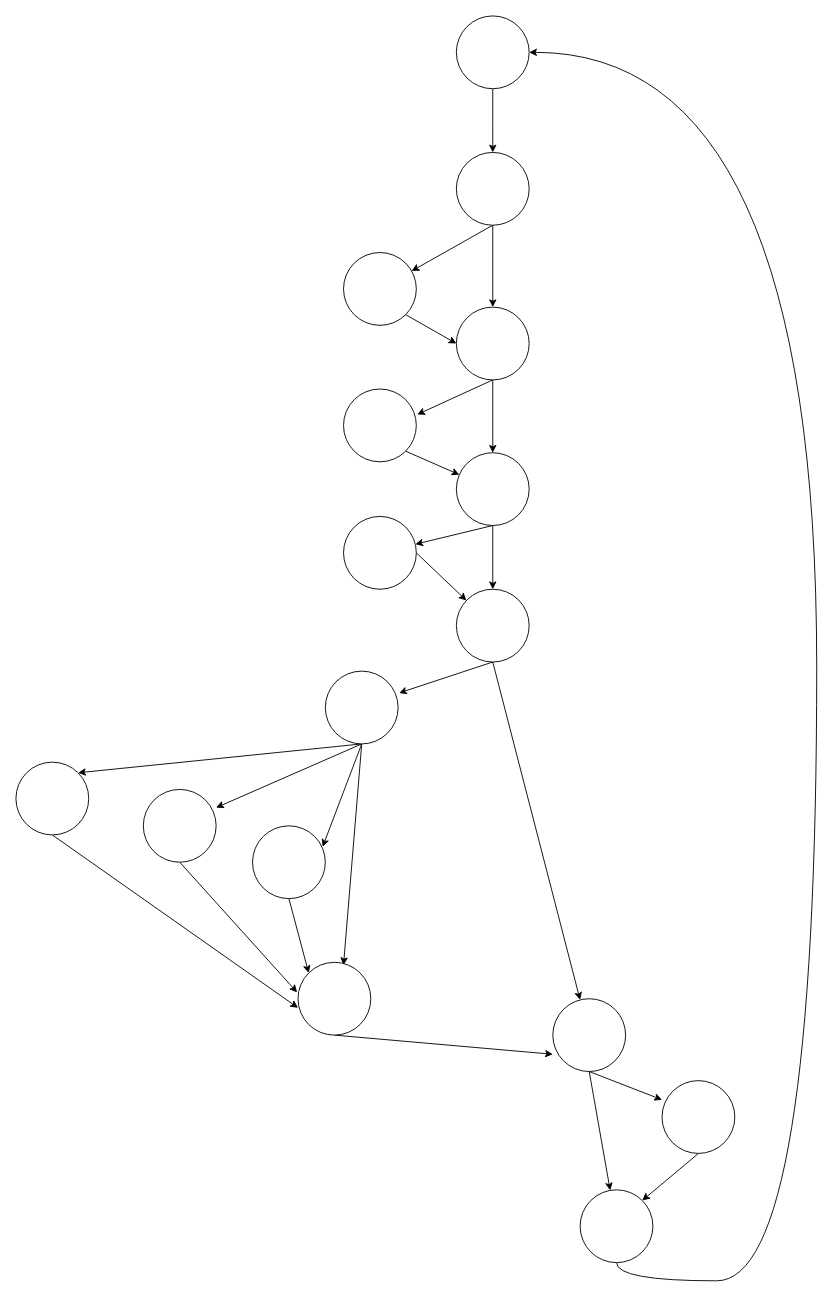
Above: MCC_Initial.drawio in robbiemcgugan-18/Dissertation_Diagrams (draw.io), before the change. Source tidied: cells renumbered, new cells numbered last; positions are measured from the earlier drawing's top-left corner, leaving out a move shared by most shapes. Both pictures are drawn from the tidied source at 91%, with x=0, y=0 at pixel (15, 15).
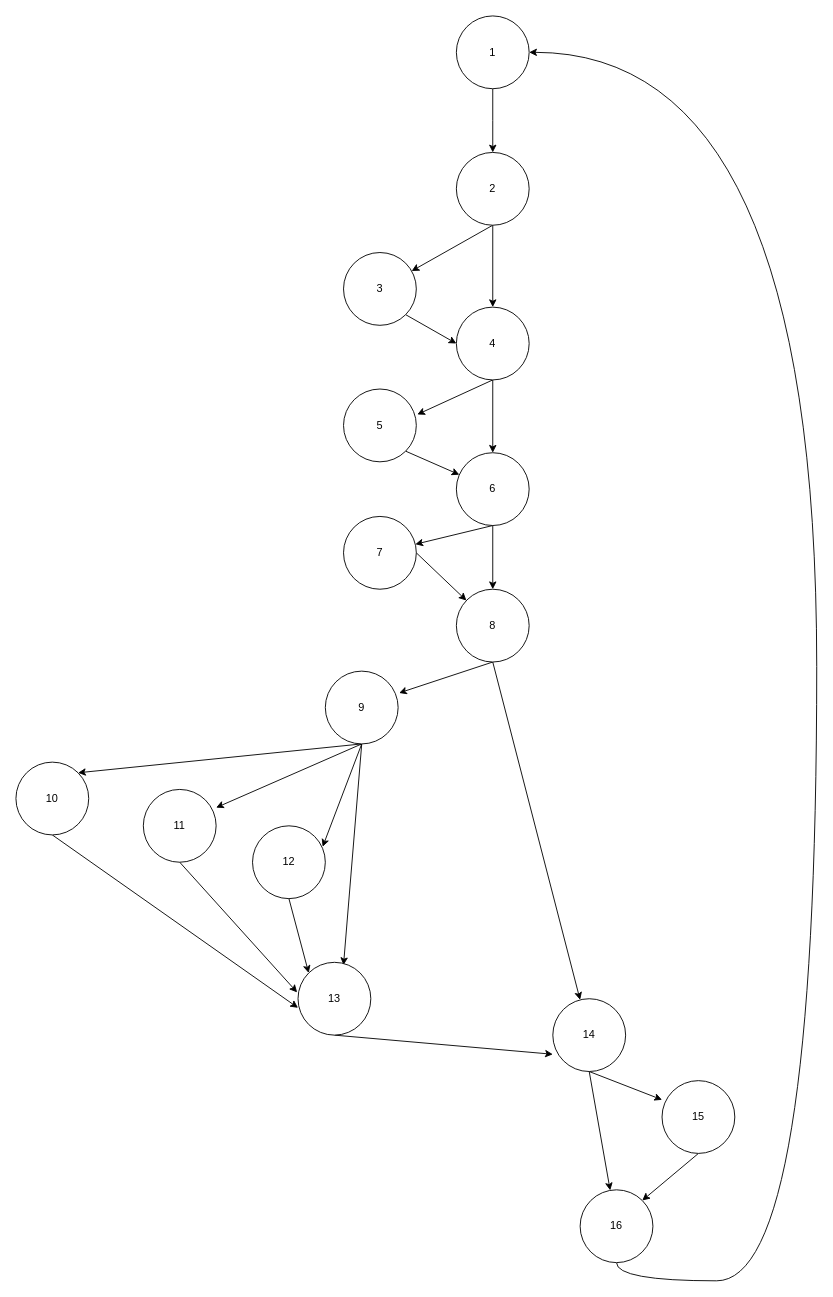
The same page after the edit.

Change to the diagram source:
```diff
@@
-    <mxCell id="3" style="ellipse;whiteSpace=wrap;html=1;" parent="1" vertex="1">
+    <mxCell id="3" value="1" style="ellipse;whiteSpace=wrap;html=1;" parent="1" vertex="1">
       <mxGeometry x="484" width="80" height="80" as="geometry" />
     </mxCell>
@@
-    <mxCell id="6" style="ellipse;whiteSpace=wrap;html=1;" parent="1" vertex="1">
+    <mxCell id="6" value="2" style="ellipse;whiteSpace=wrap;html=1;" parent="1" vertex="1">
       <mxGeometry x="484" y="150" width="80" height="80" as="geometry" />
     </mxCell>
@@
-    <mxCell id="8" style="ellipse;whiteSpace=wrap;html=1;" parent="1" vertex="1">
+    <mxCell id="8" value="3" style="ellipse;whiteSpace=wrap;html=1;" parent="1" vertex="1">
       <mxGeometry x="360" y="260" width="80" height="80" as="geometry" />
     </mxCell>
@@
-    <mxCell id="11" style="ellipse;whiteSpace=wrap;html=1;" parent="1" vertex="1">
+    <mxCell id="11" value="4" style="ellipse;whiteSpace=wrap;html=1;" parent="1" vertex="1">
       <mxGeometry x="484" y="320" width="80" height="80" as="geometry" />
     </mxCell>
@@
-    <mxCell id="13" style="ellipse;whiteSpace=wrap;html=1;" parent="1" vertex="1">
+    <mxCell id="13" value="5" style="ellipse;whiteSpace=wrap;html=1;" parent="1" vertex="1">
       <mxGeometry x="360" y="410" width="80" height="80" as="geometry" />
     </mxCell>
@@
-    <mxCell id="16" style="ellipse;whiteSpace=wrap;html=1;" parent="1" vertex="1">
+    <mxCell id="16" value="6" style="ellipse;whiteSpace=wrap;html=1;" parent="1" vertex="1">
       <mxGeometry x="484" y="480" width="80" height="80" as="geometry" />
     </mxCell>
@@
-    <mxCell id="18" style="ellipse;whiteSpace=wrap;html=1;" parent="1" vertex="1">
+    <mxCell id="18" value="7" style="ellipse;whiteSpace=wrap;html=1;" parent="1" vertex="1">
       <mxGeometry x="360" y="550" width="80" height="80" as="geometry" />
     </mxCell>
@@
-    <mxCell id="21" style="ellipse;whiteSpace=wrap;html=1;" parent="1" vertex="1">
+    <mxCell id="21" value="8" style="ellipse;whiteSpace=wrap;html=1;" parent="1" vertex="1">
       <mxGeometry x="484" y="630" width="80" height="80" as="geometry" />
     </mxCell>
@@
-    <mxCell id="26" style="ellipse;whiteSpace=wrap;html=1;" parent="1" vertex="1">
+    <mxCell id="26" value="9" style="ellipse;whiteSpace=wrap;html=1;" parent="1" vertex="1">
       <mxGeometry x="340" y="720" width="80" height="80" as="geometry" />
     </mxCell>
@@
-    <mxCell id="29" style="ellipse;whiteSpace=wrap;html=1;" parent="1" vertex="1">
+    <mxCell id="29" value="14" style="ellipse;whiteSpace=wrap;html=1;" parent="1" vertex="1">
       <mxGeometry x="590" y="1080" width="80" height="80" as="geometry" />
     </mxCell>
@@
-    <mxCell id="31" style="ellipse;whiteSpace=wrap;html=1;" parent="1" vertex="1">
+    <mxCell id="31" value="15" style="ellipse;whiteSpace=wrap;html=1;" parent="1" vertex="1">
       <mxGeometry x="710" y="1170" width="80" height="80" as="geometry" />
     </mxCell>
@@
-    <mxCell id="33" style="ellipse;whiteSpace=wrap;html=1;" parent="1" vertex="1">
+    <mxCell id="33" value="16" style="ellipse;whiteSpace=wrap;html=1;" parent="1" vertex="1">
       <mxGeometry x="620" y="1290" width="80" height="80" as="geometry" />
     </mxCell>
@@
-    <mxCell id="35" style="ellipse;whiteSpace=wrap;html=1;" parent="1" vertex="1">
+    <mxCell id="35" value="13" style="ellipse;whiteSpace=wrap;html=1;" parent="1" vertex="1">
       <mxGeometry x="310" y="1040" width="80" height="80" as="geometry" />
     </mxCell>
@@
-    <mxCell id="37" style="ellipse;whiteSpace=wrap;html=1;" parent="1" vertex="1">
+    <mxCell id="37" value="10" style="ellipse;whiteSpace=wrap;html=1;" parent="1" vertex="1">
       <mxGeometry y="820" width="80" height="80" as="geometry" />
     </mxCell>
@@
-    <mxCell id="39" style="ellipse;whiteSpace=wrap;html=1;" parent="1" vertex="1">
+    <mxCell id="39" value="11" style="ellipse;whiteSpace=wrap;html=1;" parent="1" vertex="1">
       <mxGeometry x="140" y="850" width="80" height="80" as="geometry" />
     </mxCell>
@@
-    <mxCell id="41" style="ellipse;whiteSpace=wrap;html=1;" parent="1" vertex="1">
+    <mxCell id="41" value="12" style="ellipse;whiteSpace=wrap;html=1;" parent="1" vertex="1">
       <mxGeometry x="260" y="890" width="80" height="80" as="geometry" />
     </mxCell>
```
